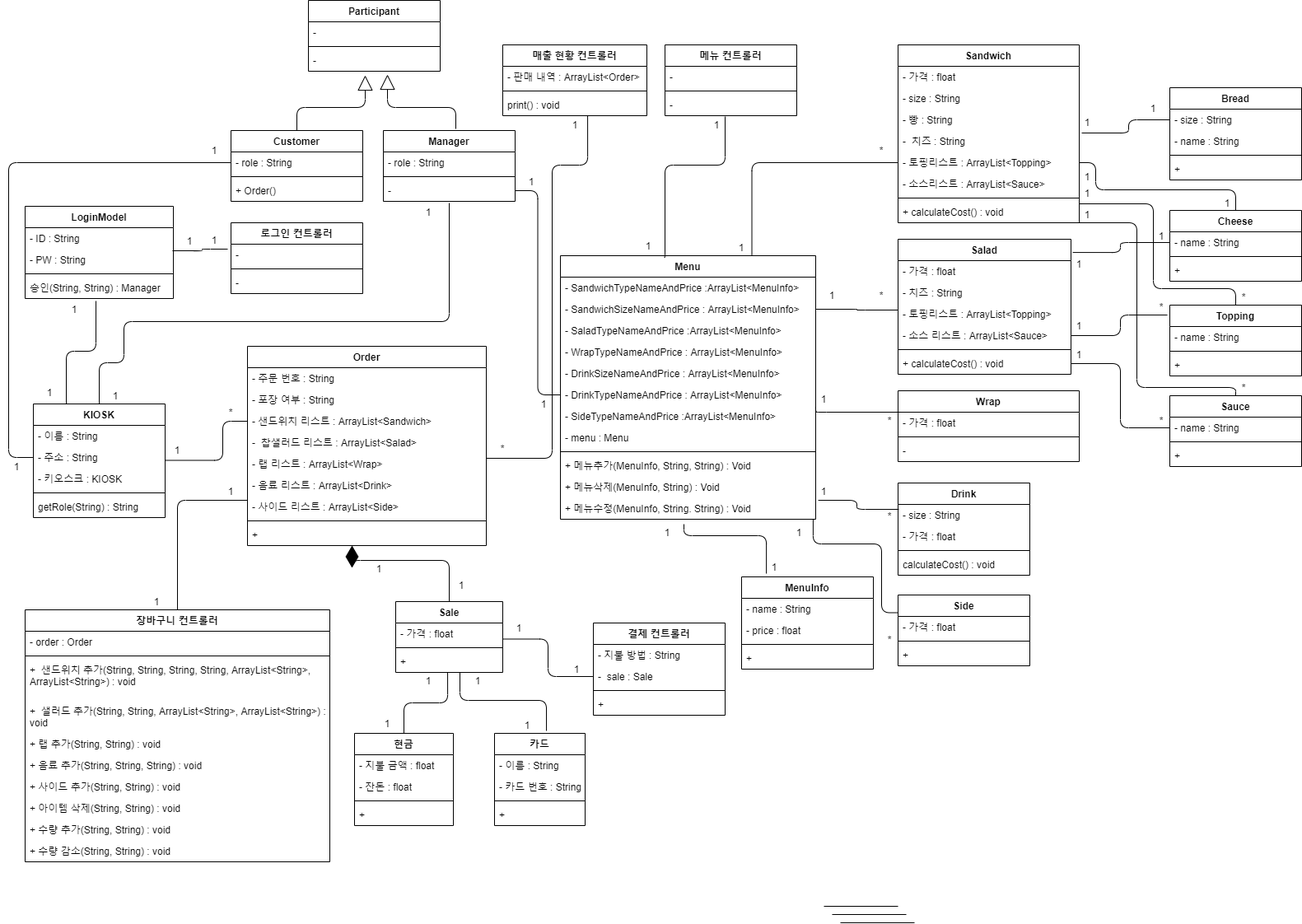
This is 상세명세서/Structural Model/Class Diagram.png from distroytest/KNUSD-20202-Team05, a draw.io export, as it was before one commit. Source tidied: cells renumbered, new cells last; positions are measured from the earlier drawing's top-left corner, leaving out a move shared by most shapes.
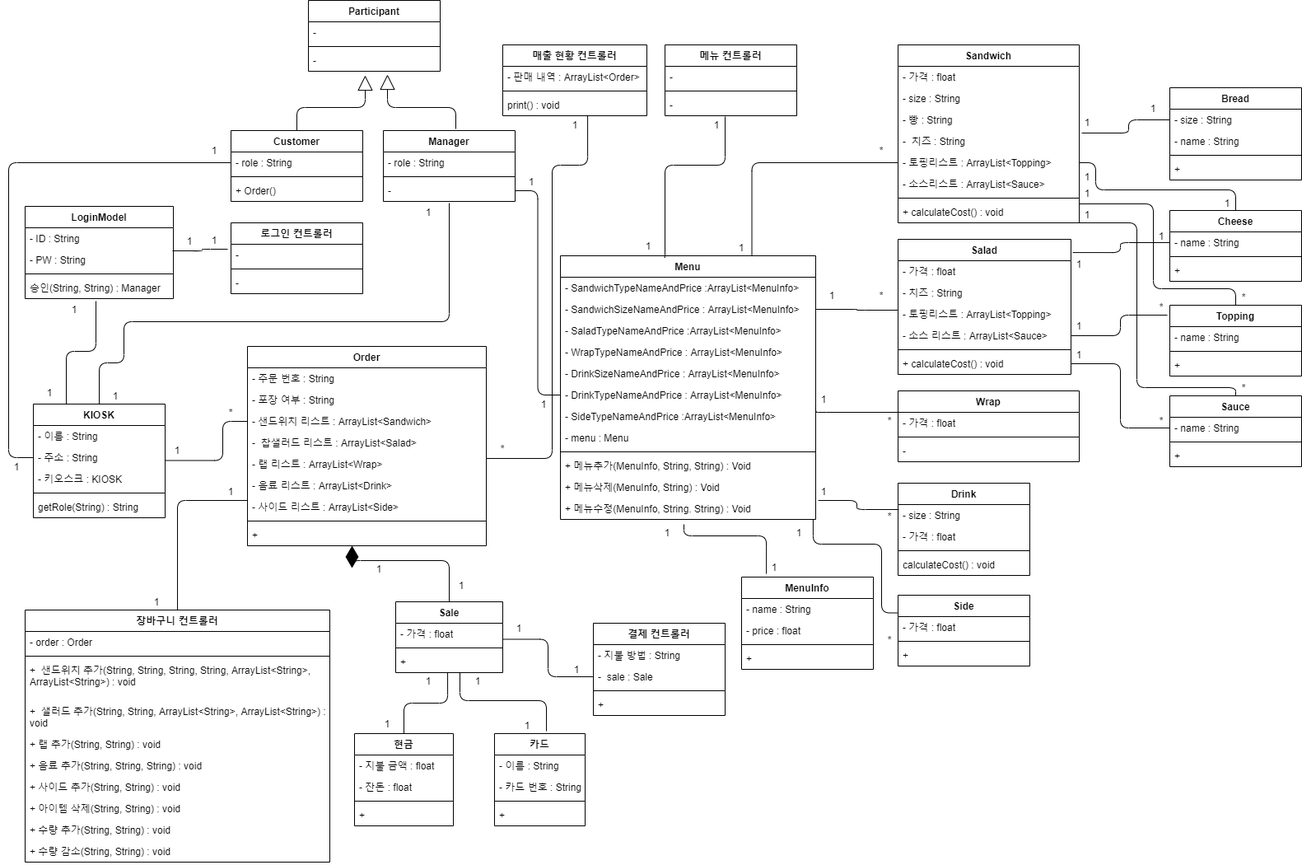
The same diagram one commit later.

Change to the diagram source:
```diff
@@ -659,24 +659,6 @@
         </Array>
       </mxGeometry>
     </mxCell>
-    <mxCell id="194" style="endArrow=none;html=1;edgeStyle=orthogonalEdgeStyle;" parent="1" edge="1">
-      <mxGeometry relative="1" as="geometry">
-        <mxPoint x="1000" y="1100" as="sourcePoint" />
-        <mxPoint x="1090" y="1100" as="targetPoint" />
-      </mxGeometry>
-    </mxCell>
-    <mxCell id="195" style="endArrow=none;html=1;edgeStyle=orthogonalEdgeStyle;" parent="1" edge="1">
-      <mxGeometry relative="1" as="geometry">
-        <mxPoint x="1010" y="1110" as="sourcePoint" />
-        <mxPoint x="1100" y="1110" as="targetPoint" />
-      </mxGeometry>
-    </mxCell>
-    <mxCell id="196" style="endArrow=none;html=1;edgeStyle=orthogonalEdgeStyle;" parent="1" edge="1">
-      <mxGeometry relative="1" as="geometry">
-        <mxPoint x="1020" y="1120" as="sourcePoint" />
-        <mxPoint x="1110" y="1120" as="targetPoint" />
-      </mxGeometry>
-    </mxCell>
     <mxCell id="197" value="1" style="text;html=1;strokeColor=none;fillColor=none;align=center;verticalAlign=middle;whiteSpace=wrap;rounded=0;" parent="1" vertex="1">
       <mxGeometry x="560" y="816" width="40" height="20" as="geometry" />
     </mxCell>
```
